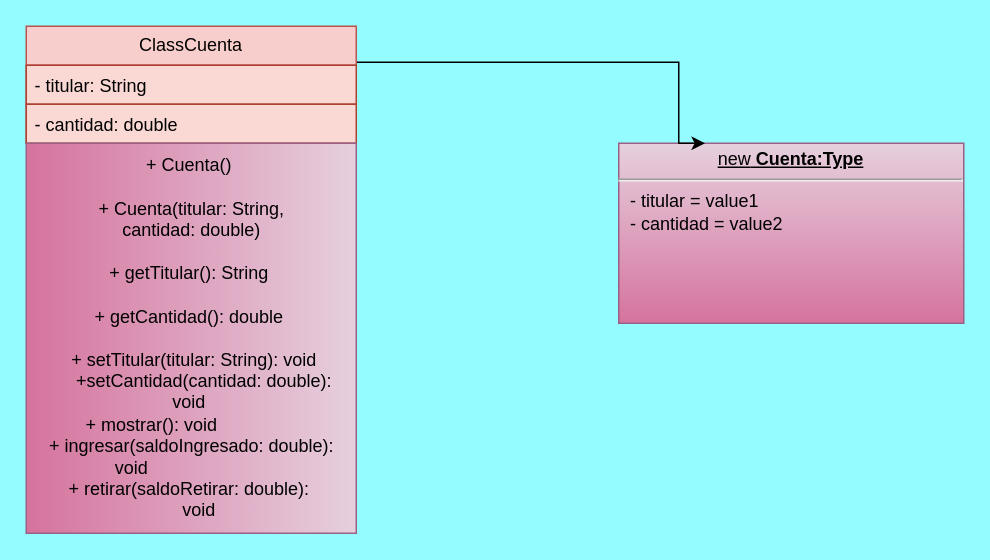
Before: src/Diagrama sin título.drawio in Mariayey12/Cuenta-M, a draw.io diagram. Source tidied: cells renumbered, new cells numbered last; positions are measured from the earlier drawing's top-left corner, leaving out a move shared by most shapes. Both pictures are drawn from the tidied source at 150%, with x=0, y=0 at pixel (26, 26).
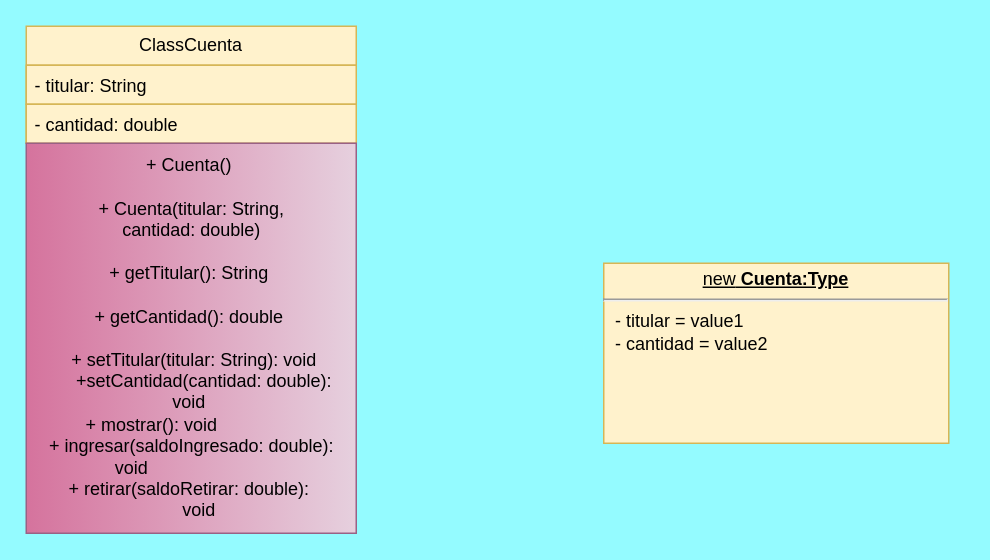
Above is the later version.

Diff of the diagram source:
```diff
@@
 <mxGraphModel background="#94FBFF">
   <root>
     <mxCell id="0" />
     <mxCell id="1" parent="0" />
-    <mxCell id="2" value="&lt;p style=&quot;margin:0px;margin-top:4px;text-align:center;text-decoration:underline;&quot;&gt;new&lt;b&gt;&amp;nbsp;Cuenta:Type&lt;/b&gt;&lt;/p&gt;&lt;hr&gt;&lt;p style=&quot;margin:0px;margin-left:8px;&quot;&gt;- titular = value1&lt;br&gt;- cantidad = value2&lt;br&gt;&lt;br&gt;&lt;/p&gt;" style="verticalAlign=top;align=left;overflow=fill;fontSize=12;fontFamily=Helvetica;html=1;whiteSpace=wrap;fillColor=#e6d0de;gradientColor=#d5739d;strokeColor=#996185;" parent="1" vertex="1">
-      <mxGeometry x="395" y="78" width="230" height="120" as="geometry" />
+    <mxCell id="2" value="&lt;p style=&quot;margin:0px;margin-top:4px;text-align:center;text-decoration:underline;&quot;&gt;new&lt;b&gt;&amp;nbsp;Cuenta:Type&lt;/b&gt;&lt;/p&gt;&lt;hr&gt;&lt;p style=&quot;margin:0px;margin-left:8px;&quot;&gt;- titular = value1&lt;br&gt;- cantidad = value2&lt;br&gt;&lt;br&gt;&lt;/p&gt;" style="verticalAlign=top;align=left;overflow=fill;fontSize=12;fontFamily=Helvetica;html=1;whiteSpace=wrap;fillColor=#fff2cc;strokeColor=#d6b656;" parent="1" vertex="1">
+      <mxGeometry x="385" y="158" width="230" height="120" as="geometry" />
     </mxCell>
-    <mxCell id="3" style="edgeStyle=orthogonalEdgeStyle;rounded=0;jettySize=auto;html=1;entryX=0.25;entryY=0;entryDx=0;entryDy=0;" parent="1" edge="1" target="2">
-      <mxGeometry relative="1" as="geometry">
-        <mxPoint x="215" y="23" as="sourcePoint" />
-        <Array as="points">
-          <mxPoint x="215" y="24" />
-          <mxPoint x="435" y="24" />
-        </Array>
-      </mxGeometry>
-    </mxCell>
-    <mxCell id="4" value="ClassCuenta " style="swimlane;fontStyle=0;horizontal=1;startSize=26;fillColor=#f8cecc;whiteSpace=wrap;html=1;strokeColor=#b85450;" parent="1" vertex="1">
+    <mxCell id="4" value="ClassCuenta " style="swimlane;fontStyle=0;horizontal=1;startSize=26;fillColor=#fff2cc;whiteSpace=wrap;html=1;strokeColor=#d6b656;" parent="1" vertex="1">
       <mxGeometry width="220" height="78" as="geometry" />
     </mxCell>
-    <mxCell id="5" value="- titular: String   " style="text;strokeColor=#ae4132;fillColor=#fad9d5;align=left;verticalAlign=top;spacingLeft=4;spacingRight=4;overflow=hidden;whiteSpace=wrap;html=1;" parent="4" vertex="1">
+    <mxCell id="5" value="- titular: String   " style="text;strokeColor=#d6b656;fillColor=#fff2cc;align=left;verticalAlign=top;spacingLeft=4;spacingRight=4;overflow=hidden;whiteSpace=wrap;html=1;" parent="4" vertex="1">
       <mxGeometry y="26" width="220" height="26" as="geometry" />
     </mxCell>
-    <mxCell id="6" value="- cantidad: double" style="text;strokeColor=#ae4132;fillColor=#fad9d5;align=left;verticalAlign=top;spacingLeft=4;spacingRight=4;overflow=hidden;whiteSpace=wrap;html=1;" parent="4" vertex="1">
+    <mxCell id="6" value="- cantidad: double" style="text;strokeColor=#d6b656;fillColor=#fff2cc;align=left;verticalAlign=top;spacingLeft=4;spacingRight=4;overflow=hidden;whiteSpace=wrap;html=1;" parent="4" vertex="1">
       <mxGeometry y="52" width="220" height="26" as="geometry" />
     </mxCell>
     <mxCell id="7" value="+ Cuenta()&amp;nbsp;&lt;br&gt;&lt;br&gt;+&amp;nbsp;Cuenta(titular: String,&lt;br&gt;&lt;span style=&quot;background-color: initial;&quot;&gt;cantidad: double)&lt;br&gt;&lt;br&gt;&lt;/span&gt;&lt;span style=&quot;background-color: initial;&quot;&gt;+ getTitular(): String&amp;nbsp;&lt;br&gt;&amp;nbsp; &amp;nbsp; &amp;nbsp; &amp;nbsp; &amp;nbsp; &amp;nbsp;&amp;nbsp;&lt;br&gt;&lt;/span&gt;&lt;span style=&quot;background-color: initial;&quot;&gt;+ getCantidad(): double&amp;nbsp; &lt;br&gt;&amp;nbsp; &amp;nbsp; &amp;nbsp; &amp;nbsp; &amp;nbsp;&amp;nbsp;&lt;/span&gt;&lt;span style=&quot;background-color: initial;&quot;&gt;&lt;br&gt;&lt;/span&gt;&lt;div&gt;&lt;div&gt;&amp;nbsp;+ setTitular(titular: String): void&lt;/div&gt;&lt;div&gt;&amp;nbsp; &amp;nbsp; &amp;nbsp;+setCantidad(cantidad: double):&lt;/div&gt;&lt;div&gt;void&amp;nbsp;&lt;/div&gt;&lt;div&gt;&amp;nbsp;+ mostrar(): void&amp;nbsp; &amp;nbsp; &amp;nbsp; &amp;nbsp; &amp;nbsp; &amp;nbsp; &amp;nbsp; &amp;nbsp; &amp;nbsp;&lt;/div&gt;&lt;div&gt;&amp;nbsp;+ ingresar(saldoIngresado: double):&amp;nbsp;&lt;/div&gt;&lt;div&gt;&amp;nbsp; &amp;nbsp; void&amp;nbsp; &amp;nbsp; &amp;nbsp; &amp;nbsp; &amp;nbsp; &amp;nbsp; &amp;nbsp; &amp;nbsp; &amp;nbsp; &amp;nbsp; &amp;nbsp; &amp;nbsp; &amp;nbsp; &amp;nbsp;&amp;nbsp;&lt;/div&gt;&lt;div&gt;&amp;nbsp; + retirar(saldoRetirar: double):&amp;nbsp; &amp;nbsp;&lt;/div&gt;&lt;div&gt;&amp;nbsp; &amp;nbsp; void&amp;nbsp;&lt;/div&gt;&lt;/div&gt;" style="text;html=1;align=center;verticalAlign=middle;strokeColor=#996185;fillColor=#e6d0de;rotation=0;gradientColor=#d5739d;direction=south;" parent="1" vertex="1">
       <mxGeometry y="78" width="220" height="260" as="geometry" />
     </mxCell>
   </root>
 </mxGraphModel>
```
